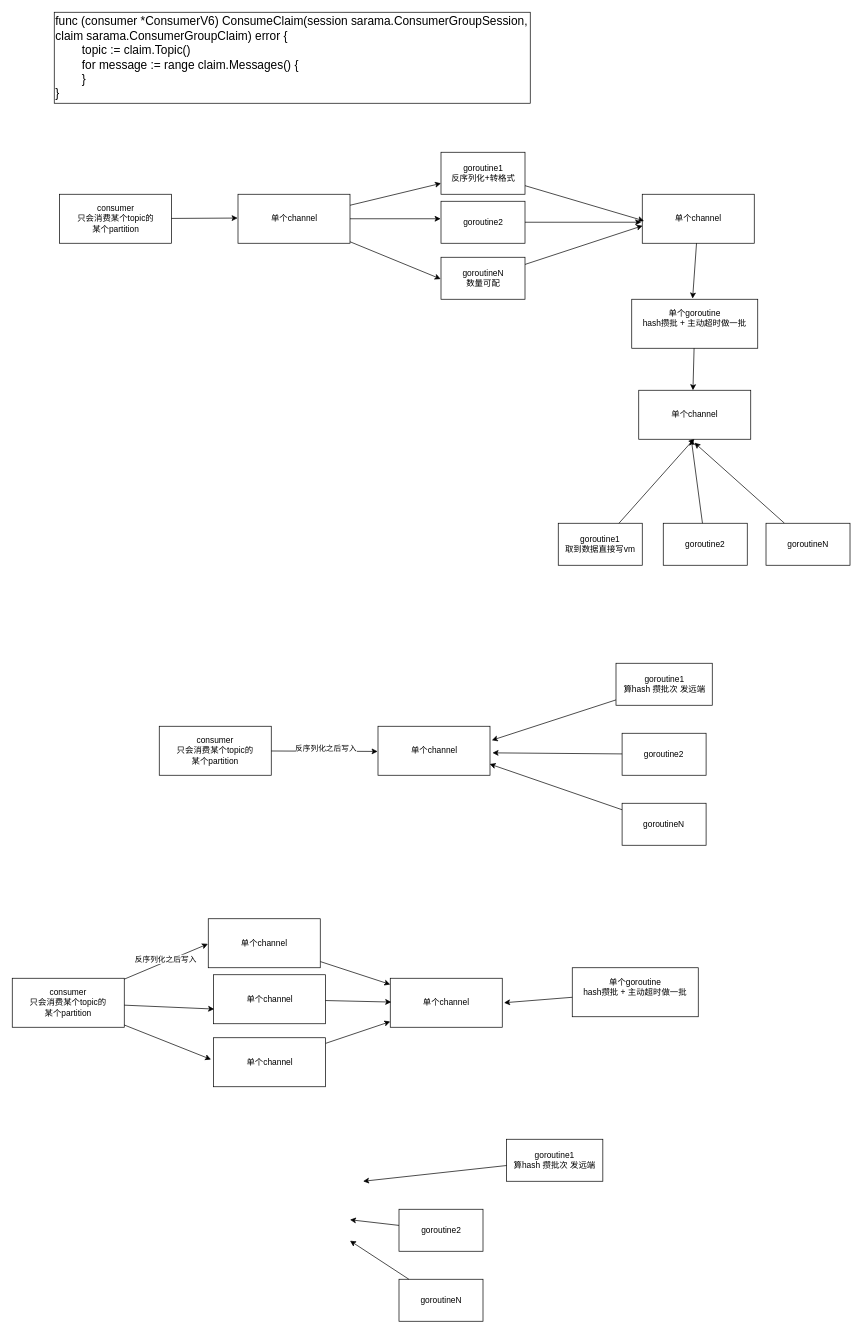
Above: 未命名绘图.drawio in jingb/pythonRepo (draw.io), before the change. Source tidied: cells renumbered, new cells numbered last; positions are measured from the earlier drawing's top-left corner, leaving out a move shared by most shapes. Both pictures are drawn from the tidied source at 70%, with x=0, y=0 at pixel (12, 12).
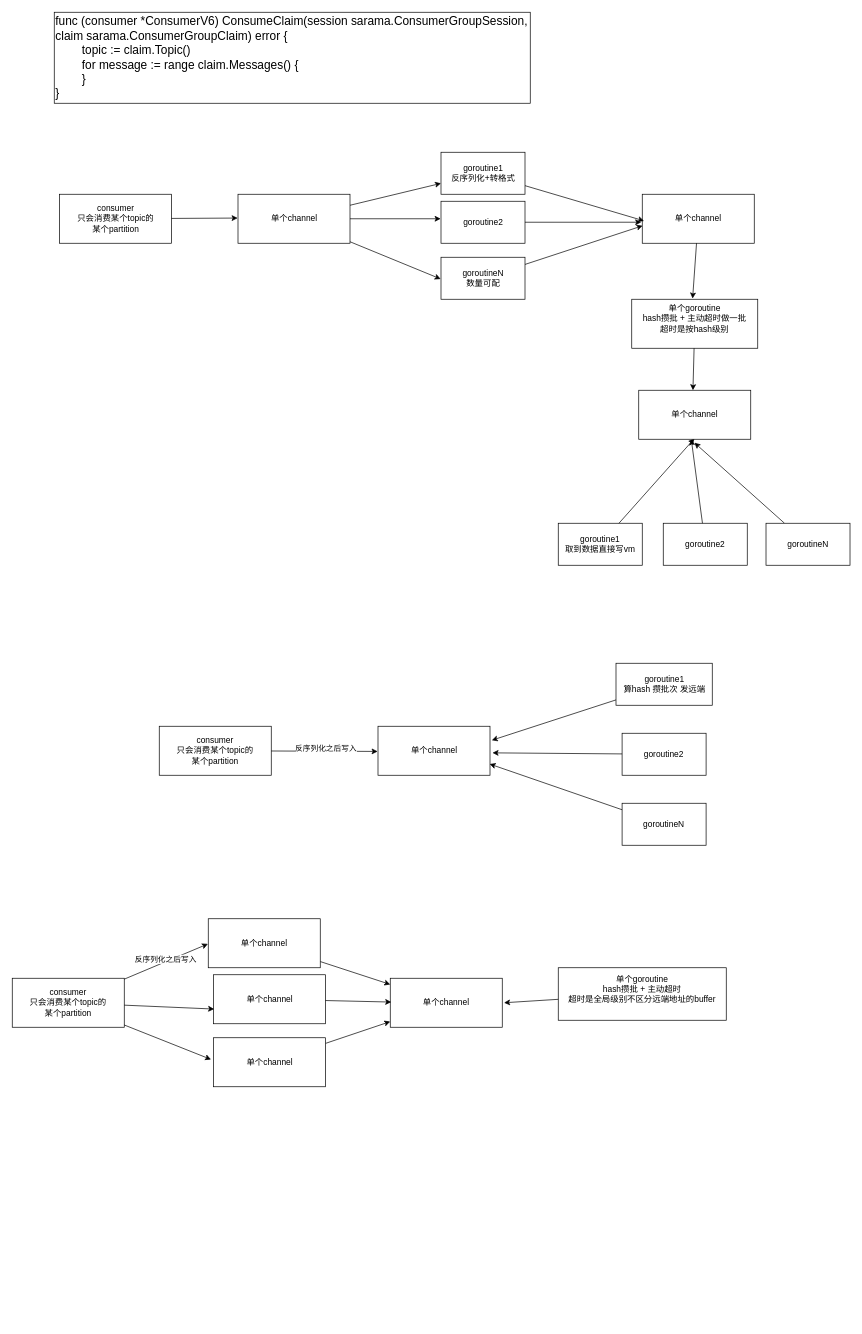
The same diagram, later.

Commit message:
更新未命名绘图.drawio

Change to the diagram source:
```diff
@@
-    <mxCell id="16" value="&lt;div&gt;单个goroutine&lt;br&gt;hash攒批 + 主动超时做一批&lt;br&gt;&lt;br&gt;&lt;/div&gt;" style="rounded=0;whiteSpace=wrap;html=1;" parent="1" vertex="1">
+    <mxCell id="16" value="&lt;div&gt;单个goroutine&lt;br&gt;hash攒批 + 主动超时做一批&lt;br&gt;超时是按hash级别&lt;br&gt;&lt;br&gt;&lt;/div&gt;" style="rounded=0;whiteSpace=wrap;html=1;" parent="1" vertex="1">
       <mxGeometry x="885" y="410" width="180" height="70" as="geometry" />
     </mxCell>
@@
-    <mxCell id="39" value="goroutine1&lt;br&gt;算hash 攒批次 发远端" style="rounded=0;whiteSpace=wrap;html=1;" parent="1" vertex="1">
-      <mxGeometry x="706.2" y="1610" width="137.5" height="60" as="geometry" />
-    </mxCell>
-    <mxCell id="40" value="&lt;div&gt;goroutine2&lt;/div&gt;" style="rounded=0;whiteSpace=wrap;html=1;" parent="1" vertex="1">
-      <mxGeometry x="552.5" y="1710" width="120" height="60" as="geometry" />
-    </mxCell>
-    <mxCell id="41" value="goroutineN" style="rounded=0;whiteSpace=wrap;html=1;" parent="1" vertex="1">
-      <mxGeometry x="552.5" y="1810" width="120" height="60" as="geometry" />
-    </mxCell>
@@
-    <mxCell id="44" style="edgeStyle=none;rounded=0;jettySize=auto;html=1;" parent="1" edge="1" source="39">
-      <mxGeometry relative="1" as="geometry">
-        <mxPoint x="501.2" y="1670" as="targetPoint" />
-      </mxGeometry>
-    </mxCell>
-    <mxCell id="45" style="edgeStyle=none;rounded=0;jettySize=auto;html=1;" parent="1" edge="1" source="40">
-      <mxGeometry relative="1" as="geometry">
-        <mxPoint x="482.5" y="1725" as="targetPoint" />
-      </mxGeometry>
-    </mxCell>
-    <mxCell id="46" style="edgeStyle=none;rounded=0;jettySize=auto;html=1;" parent="1" edge="1" source="41">
-      <mxGeometry relative="1" as="geometry">
-        <mxPoint x="482.5" y="1755" as="targetPoint" />
-      </mxGeometry>
-    </mxCell>
@@
-    <mxCell id="54" value="&lt;div&gt;单个goroutine&lt;br&gt;hash攒批 + 主动超时做一批&lt;br&gt;&lt;br&gt;&lt;/div&gt;" style="rounded=0;whiteSpace=wrap;html=1;" parent="1" vertex="1">
-      <mxGeometry x="800" y="1365" width="180" height="70" as="geometry" />
+    <mxCell id="54" value="&lt;div&gt;单个goroutine&lt;br&gt;hash攒批 + 主动超时&lt;br&gt;超时是全局级别不区分远端地址的buffer&lt;br&gt;&lt;br&gt;&lt;/div&gt;" style="rounded=0;whiteSpace=wrap;html=1;" parent="1" vertex="1">
+      <mxGeometry x="780" y="1365" width="240" height="75" as="geometry" />
     </mxCell>
```
